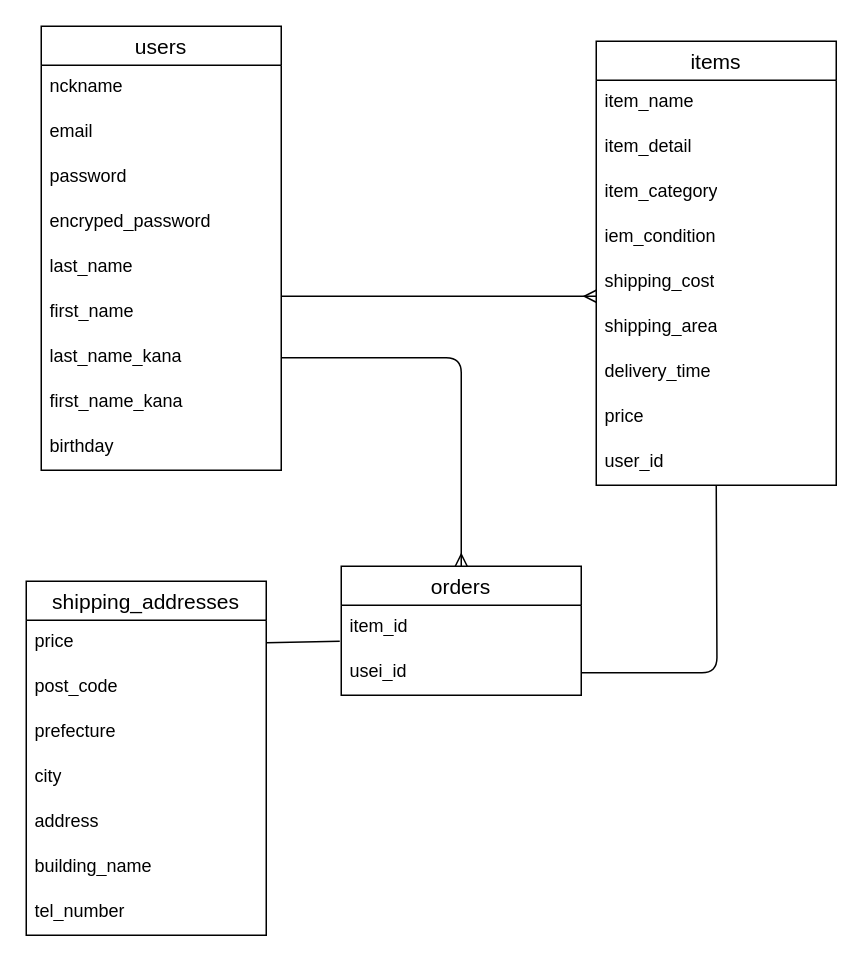
This is furima.dio from mayumishibata-div/furima-1111, a draw.io file, before an edit. Source tidied: cells renumbered, new cells numbered last; positions are measured from the earlier drawing's top-left corner, leaving out a move shared by most shapes. Both pictures are drawn from the tidied source at 150%, with x=0, y=0 at pixel (26, 26).
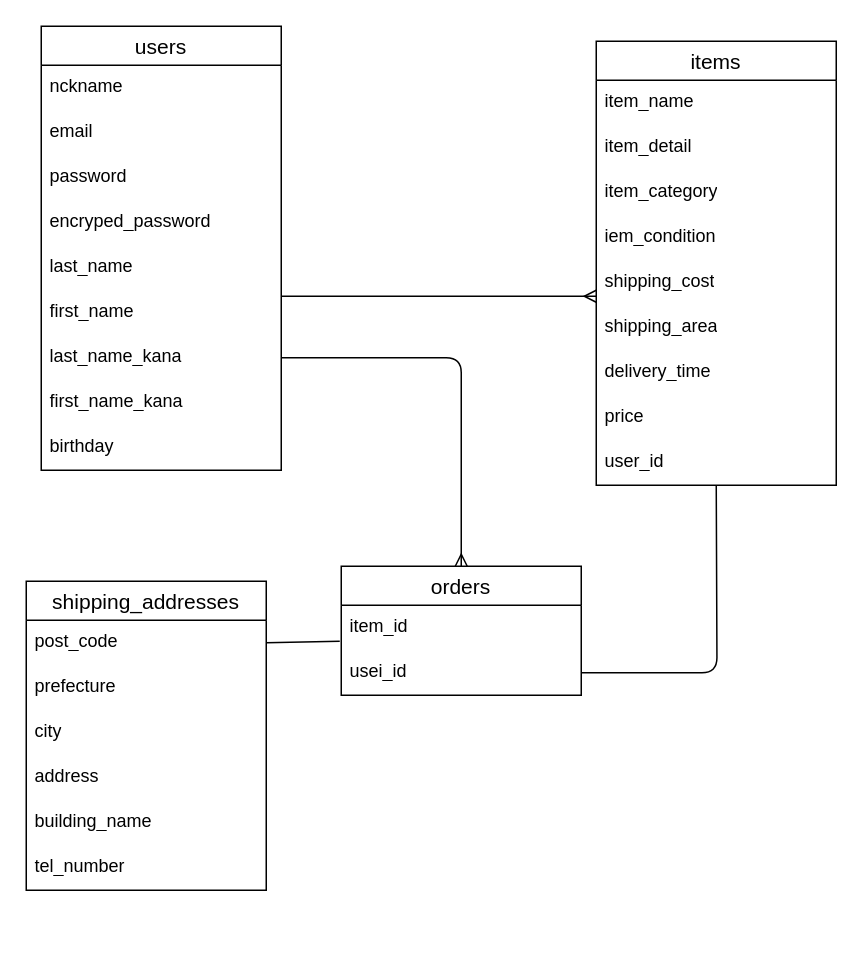
Above is the later version.

Commit message (it also covers changes not shown here):
住所情報から価格を削除

Diff of the diagram source:
```diff
@@
     <mxCell id="22" value="shipping_addresses" style="swimlane;fontStyle=0;horizontal=1;startSize=26;align=center;fontSize=14;" parent="1" vertex="1">
-      <mxGeometry y="370" width="160" height="236" as="geometry" />
+      <mxGeometry y="370" width="160" height="206" as="geometry" />
     </mxCell>
-    <mxCell id="23" value="price" style="text;strokeColor=none;fillColor=none;spacingLeft=4;spacingRight=4;overflow=hidden;fontSize=12;whiteSpace=wrap;html=1;" parent="22" vertex="1">
-      <mxGeometry y="26" width="160" height="30" as="geometry" />
-    </mxCell>
     <mxCell id="24" value="post_code" style="text;strokeColor=none;fillColor=none;spacingLeft=4;spacingRight=4;overflow=hidden;fontSize=12;whiteSpace=wrap;html=1;" parent="22" vertex="1">
-      <mxGeometry y="56" width="160" height="30" as="geometry" />
+      <mxGeometry y="26" width="160" height="30" as="geometry" />
     </mxCell>
     <mxCell id="25" value="prefecture" style="text;strokeColor=none;fillColor=none;spacingLeft=4;spacingRight=4;overflow=hidden;fontSize=12;whiteSpace=wrap;html=1;" parent="22" vertex="1">
-      <mxGeometry y="86" width="160" height="30" as="geometry" />
+      <mxGeometry y="56" width="160" height="30" as="geometry" />
     </mxCell>
     <mxCell id="26" value="city" style="text;strokeColor=none;fillColor=none;spacingLeft=4;spacingRight=4;overflow=hidden;fontSize=12;whiteSpace=wrap;html=1;" parent="22" vertex="1">
-      <mxGeometry y="116" width="160" height="30" as="geometry" />
+      <mxGeometry y="86" width="160" height="30" as="geometry" />
     </mxCell>
     <mxCell id="27" value="address" style="text;strokeColor=none;fillColor=none;spacingLeft=4;spacingRight=4;overflow=hidden;fontSize=12;whiteSpace=wrap;html=1;" parent="22" vertex="1">
-      <mxGeometry y="146" width="160" height="30" as="geometry" />
+      <mxGeometry y="116" width="160" height="30" as="geometry" />
     </mxCell>
     <mxCell id="28" value="building_name" style="text;strokeColor=none;fillColor=none;spacingLeft=4;spacingRight=4;overflow=hidden;fontSize=12;whiteSpace=wrap;html=1;" parent="22" vertex="1">
-      <mxGeometry y="176" width="160" height="30" as="geometry" />
+      <mxGeometry y="146" width="160" height="30" as="geometry" />
     </mxCell>
     <mxCell id="29" value="tel_number" style="text;strokeColor=none;fillColor=none;spacingLeft=4;spacingRight=4;overflow=hidden;fontSize=12;whiteSpace=wrap;html=1;" parent="22" vertex="1">
-      <mxGeometry y="206" width="160" height="30" as="geometry" />
+      <mxGeometry y="176" width="160" height="30" as="geometry" />
     </mxCell>
```
